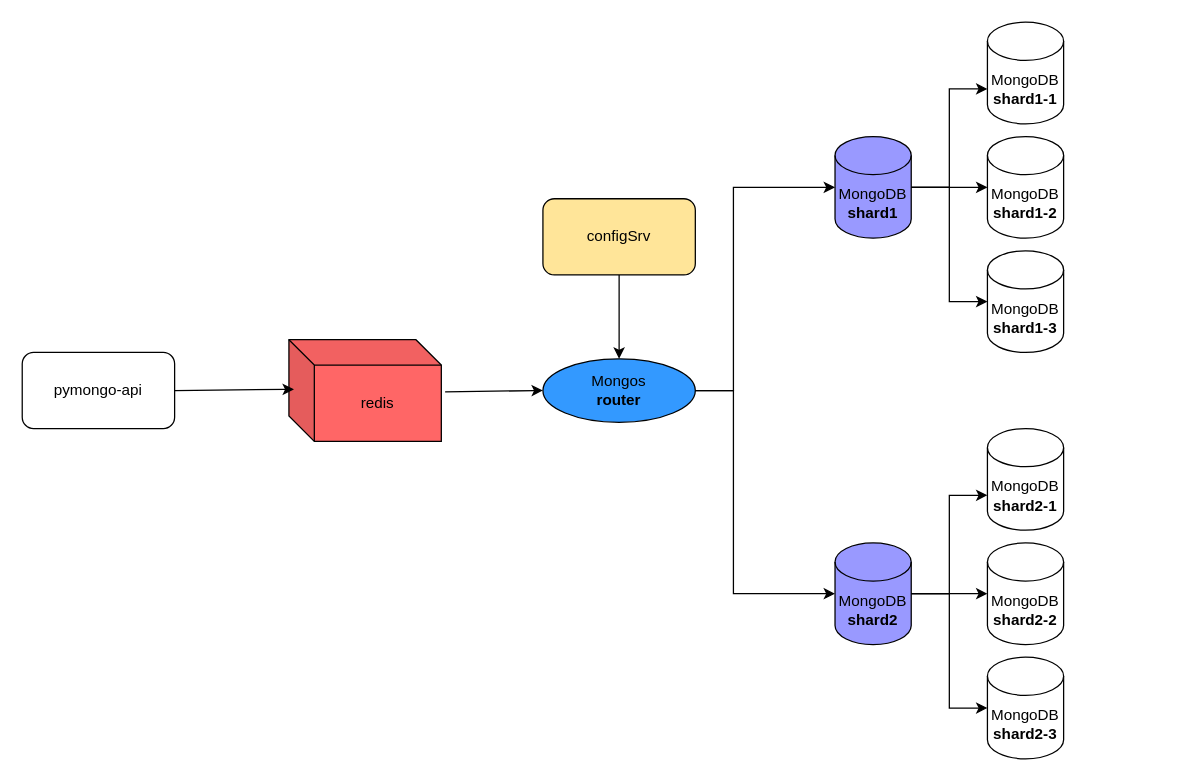
kihana/architecture-sprint-2 keeps this draw.io diagram as task1_3.drawio. Above is the earlier version. Source tidied: cells renumbered, new cells numbered last; positions are measured from the earlier drawing's top-left corner, leaving out a move shared by most shapes. Both pictures are drawn from the tidied source at 127%, with x=0, y=0 at pixel (22, 22).
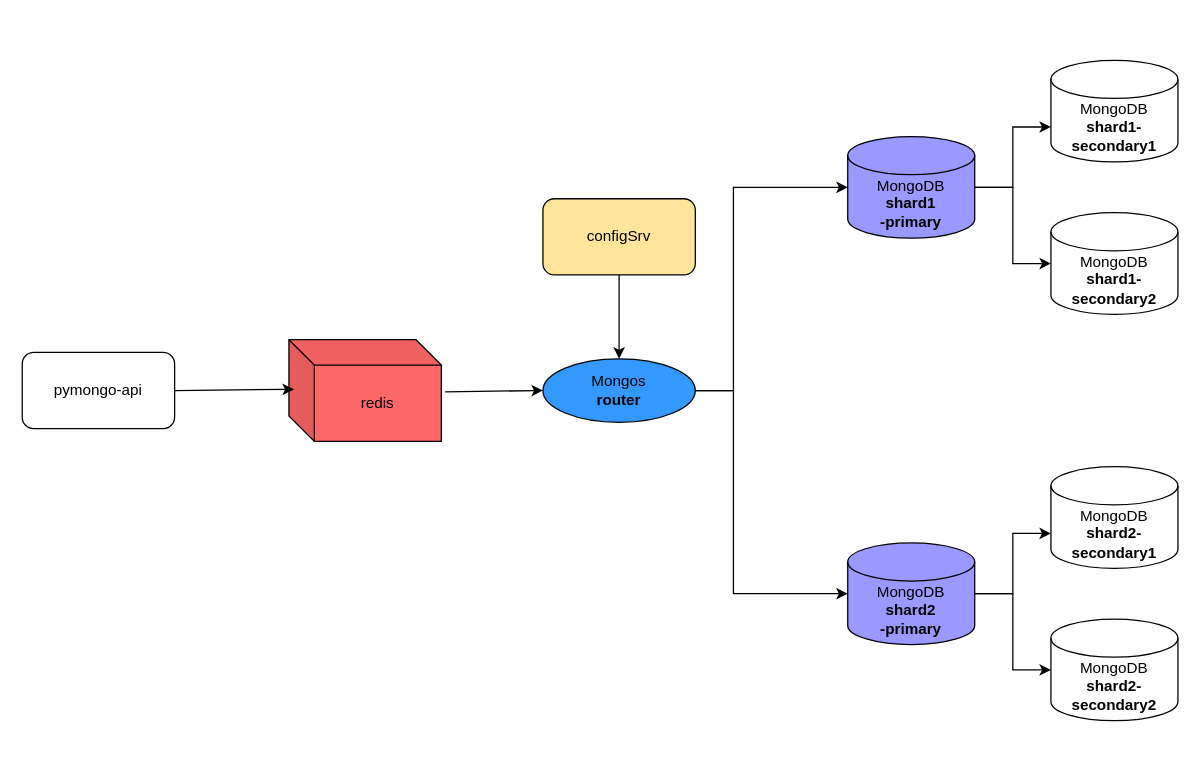
The same diagram, later.

Commit message:
Update scheme for task 1.3.

Unchanged cells that the change refers to:
```xml
<mxCell id="5" value="&lt;div&gt;Mongos&lt;/div&gt;&lt;div&gt;&lt;b&gt;router&lt;/b&gt;&lt;br&gt;&lt;/div&gt;" style="ellipse;whiteSpace=wrap;html=1;fillColor=#3399FF;" parent="1" vertex="1">
  <mxGeometry x="410" y="265" width="120" height="50" as="geometry" />
</mxCell>
```

The edit, as a diff of the source:
```diff
@@
-    <mxCell id="2" value="&lt;div&gt;MongoDB&lt;/div&gt;&lt;div&gt;&lt;b&gt;shard1&lt;/b&gt;&lt;br&gt;&lt;/div&gt;" style="shape=cylinder3;whiteSpace=wrap;html=1;boundedLbl=1;backgroundOutline=1;size=15;fillColor=#9999FF;" parent="1" vertex="1">
-      <mxGeometry x="640" y="90" width="60" height="80" as="geometry" />
-    </mxCell>
@@
-    <mxCell id="4" value="&lt;div&gt;MongoDB&lt;/div&gt;&lt;div&gt;&lt;b&gt;shard2&lt;/b&gt;&lt;br&gt;&lt;/div&gt;" style="shape=cylinder3;whiteSpace=wrap;html=1;boundedLbl=1;backgroundOutline=1;size=15;fillColor=#9999FF;" parent="1" vertex="1">
-      <mxGeometry x="640" y="410" width="60" height="80" as="geometry" />
-    </mxCell>
@@
-    <mxCell id="6" style="endArrow=classic;html=1;rounded=0;exitX=1;exitY=0.5;exitDx=0;exitDy=0;entryX=0;entryY=0.5;entryDx=0;entryDy=0;entryPerimeter=0;" parent="1" edge="1" source="5" target="2">
+    <mxCell id="6" style="endArrow=classic;html=1;rounded=0;exitX=1;exitY=0.5;exitDx=0;exitDy=0;entryX=0;entryY=0.5;entryDx=0;entryDy=0;entryPerimeter=0;" parent="1" edge="1" source="5" target="25">
       <mxGeometry relative="1" as="geometry">
         <Array as="points">
           <mxPoint x="560" y="290" />
           <mxPoint x="560" y="210" />
           <mxPoint x="560" y="130" />
         </Array>
       </mxGeometry>
     </mxCell>
-    <mxCell id="7" style="endArrow=classic;html=1;rounded=0;entryX=0;entryY=0.5;entryDx=0;entryDy=0;entryPerimeter=0;exitX=1;exitY=0.5;exitDx=0;exitDy=0;" parent="1" edge="1" source="5" target="4">
+    <mxCell id="7" style="endArrow=classic;html=1;rounded=0;entryX=0;entryY=0.5;entryDx=0;entryDy=0;entryPerimeter=0;exitX=1;exitY=0.5;exitDx=0;exitDy=0;" parent="1" edge="1" source="5" target="26">
       <mxGeometry relative="1" as="geometry">
         <Array as="points">
           <mxPoint x="560" y="290" />
           <mxPoint x="560" y="450" />
         </Array>
       </mxGeometry>
     </mxCell>
@@
-    <mxCell id="10" value="&lt;div&gt;MongoDB&lt;/div&gt;&lt;div&gt;&lt;b&gt;shard1-1&lt;/b&gt;&lt;/div&gt;" style="shape=cylinder3;whiteSpace=wrap;html=1;boundedLbl=1;backgroundOutline=1;size=15;" parent="1" vertex="1">
-      <mxGeometry x="760" width="60" height="80" as="geometry" />
-    </mxCell>
-    <mxCell id="11" value="&lt;div&gt;MongoDB&lt;/div&gt;&lt;div&gt;&lt;b&gt;shard1-2&lt;/b&gt;&lt;/div&gt;" style="shape=cylinder3;whiteSpace=wrap;html=1;boundedLbl=1;backgroundOutline=1;size=15;" parent="1" vertex="1">
-      <mxGeometry x="760" y="90" width="60" height="80" as="geometry" />
-    </mxCell>
-    <mxCell id="12" value="&lt;div&gt;MongoDB&lt;/div&gt;&lt;div&gt;&lt;b&gt;shard1-3&lt;/b&gt;&lt;/div&gt;" style="shape=cylinder3;whiteSpace=wrap;html=1;boundedLbl=1;backgroundOutline=1;size=15;" parent="1" vertex="1">
-      <mxGeometry x="760" y="180" width="60" height="80" as="geometry" />
-    </mxCell>
-    <mxCell id="13" value="&lt;div&gt;MongoDB&lt;/div&gt;&lt;div&gt;&lt;b&gt;shard2-2&lt;/b&gt;&lt;/div&gt;" style="shape=cylinder3;whiteSpace=wrap;html=1;boundedLbl=1;backgroundOutline=1;size=15;" parent="1" vertex="1">
-      <mxGeometry x="760" y="410" width="60" height="80" as="geometry" />
-    </mxCell>
-    <mxCell id="14" value="&lt;div&gt;MongoDB&lt;/div&gt;&lt;div&gt;&lt;b&gt;shard2-1&lt;br&gt;&lt;/b&gt;&lt;/div&gt;" style="shape=cylinder3;whiteSpace=wrap;html=1;boundedLbl=1;backgroundOutline=1;size=15;" parent="1" vertex="1">
-      <mxGeometry x="760" y="320" width="60" height="80" as="geometry" />
-    </mxCell>
-    <mxCell id="15" value="&lt;div&gt;MongoDB&lt;/div&gt;&lt;div&gt;&lt;b&gt;shard2-3&lt;/b&gt;&lt;/div&gt;" style="shape=cylinder3;whiteSpace=wrap;html=1;boundedLbl=1;backgroundOutline=1;size=15;" parent="1" vertex="1">
-      <mxGeometry x="760" y="500" width="60" height="80" as="geometry" />
-    </mxCell>
-    <mxCell id="16" style="edgeStyle=orthogonalEdgeStyle;rounded=0;jettySize=auto;html=1;exitX=1;exitY=0.5;exitDx=0;exitDy=0;exitPerimeter=0;entryX=0;entryY=0;entryDx=0;entryDy=52.5;entryPerimeter=0;" parent="1" edge="1" source="2" target="10">
-      <mxGeometry relative="1" as="geometry" />
-    </mxCell>
-    <mxCell id="17" style="edgeStyle=orthogonalEdgeStyle;rounded=0;jettySize=auto;html=1;exitX=1;exitY=0.5;exitDx=0;exitDy=0;exitPerimeter=0;entryX=0;entryY=0.5;entryDx=0;entryDy=0;entryPerimeter=0;" parent="1" edge="1" source="2" target="11">
-      <mxGeometry relative="1" as="geometry" />
-    </mxCell>
-    <mxCell id="18" style="edgeStyle=orthogonalEdgeStyle;rounded=0;jettySize=auto;html=1;exitX=1;exitY=0.5;exitDx=0;exitDy=0;exitPerimeter=0;entryX=0;entryY=0.5;entryDx=0;entryDy=0;entryPerimeter=0;" parent="1" edge="1" source="2" target="12">
-      <mxGeometry relative="1" as="geometry" />
-    </mxCell>
-    <mxCell id="19" style="edgeStyle=orthogonalEdgeStyle;rounded=0;jettySize=auto;html=1;exitX=1;exitY=0.5;exitDx=0;exitDy=0;exitPerimeter=0;entryX=0;entryY=0.5;entryDx=0;entryDy=0;entryPerimeter=0;" parent="1" edge="1" source="4" target="13">
-      <mxGeometry relative="1" as="geometry" />
-    </mxCell>
-    <mxCell id="20" style="edgeStyle=orthogonalEdgeStyle;rounded=0;jettySize=auto;html=1;exitX=1;exitY=0.5;exitDx=0;exitDy=0;exitPerimeter=0;entryX=0;entryY=0;entryDx=0;entryDy=52.5;entryPerimeter=0;" parent="1" edge="1" source="4" target="14">
-      <mxGeometry relative="1" as="geometry" />
-    </mxCell>
-    <mxCell id="21" style="edgeStyle=orthogonalEdgeStyle;rounded=0;jettySize=auto;html=1;exitX=1;exitY=0.5;exitDx=0;exitDy=0;exitPerimeter=0;entryX=0;entryY=0.5;entryDx=0;entryDy=0;entryPerimeter=0;" parent="1" edge="1" source="4" target="15">
-      <mxGeometry relative="1" as="geometry" />
-    </mxCell>
@@
+    <mxCell id="25" value="&lt;div&gt;MongoDB&lt;/div&gt;&lt;div&gt;&lt;b&gt;shard1&lt;br&gt;&lt;/b&gt;&lt;/div&gt;&lt;b&gt;-primary&lt;/b&gt;" style="shape=cylinder3;whiteSpace=wrap;html=1;boundedLbl=1;backgroundOutline=1;size=15;fillColor=#9999FF;" parent="1" vertex="1">
+      <mxGeometry x="650" y="90" width="100" height="80" as="geometry" />
+    </mxCell>
+    <mxCell id="26" value="&lt;div&gt;MongoDB&lt;/div&gt;&lt;div&gt;&lt;b&gt;shard2&lt;br&gt;&lt;/b&gt;&lt;/div&gt;&lt;b&gt;-primary&lt;/b&gt;" style="shape=cylinder3;whiteSpace=wrap;html=1;boundedLbl=1;backgroundOutline=1;size=15;fillColor=#9999FF;" parent="1" vertex="1">
+      <mxGeometry x="650" y="410" width="100" height="80" as="geometry" />
+    </mxCell>
+    <mxCell id="27" value="&lt;div&gt;MongoDB&lt;/div&gt;&lt;div&gt;&lt;b&gt;shard1-secondary1&lt;/b&gt;&lt;/div&gt;" style="shape=cylinder3;whiteSpace=wrap;html=1;boundedLbl=1;backgroundOutline=1;size=15;" parent="1" vertex="1">
+      <mxGeometry x="810" y="30" width="100" height="80" as="geometry" />
+    </mxCell>
+    <mxCell id="28" value="&lt;div&gt;MongoDB&lt;/div&gt;&lt;div&gt;&lt;b&gt;shard1-secondary2&lt;/b&gt;&lt;/div&gt;" style="shape=cylinder3;whiteSpace=wrap;html=1;boundedLbl=1;backgroundOutline=1;size=15;" parent="1" vertex="1">
+      <mxGeometry x="810" y="150" width="100" height="80" as="geometry" />
+    </mxCell>
+    <mxCell id="29" value="&lt;div&gt;MongoDB&lt;/div&gt;&lt;div&gt;&lt;b&gt;shard2-secondary2&lt;/b&gt;&lt;/div&gt;" style="shape=cylinder3;whiteSpace=wrap;html=1;boundedLbl=1;backgroundOutline=1;size=15;" parent="1" vertex="1">
+      <mxGeometry x="810" y="470" width="100" height="80" as="geometry" />
+    </mxCell>
+    <mxCell id="30" value="&lt;div&gt;MongoDB&lt;/div&gt;&lt;div&gt;&lt;b&gt;shard2-secondary1&lt;br&gt;&lt;/b&gt;&lt;/div&gt;" style="shape=cylinder3;whiteSpace=wrap;html=1;boundedLbl=1;backgroundOutline=1;size=15;" parent="1" vertex="1">
+      <mxGeometry x="810" y="350" width="100" height="80" as="geometry" />
+    </mxCell>
+    <mxCell id="31" style="edgeStyle=orthogonalEdgeStyle;rounded=0;jettySize=auto;html=1;exitX=1;exitY=0.5;exitDx=0;exitDy=0;exitPerimeter=0;entryX=0;entryY=0;entryDx=0;entryDy=52.5;entryPerimeter=0;" parent="1" edge="1" source="25" target="27">
+      <mxGeometry relative="1" as="geometry" />
+    </mxCell>
+    <mxCell id="32" style="edgeStyle=orthogonalEdgeStyle;rounded=0;jettySize=auto;html=1;exitX=1;exitY=0.5;exitDx=0;exitDy=0;exitPerimeter=0;entryX=0;entryY=0.5;entryDx=0;entryDy=0;entryPerimeter=0;" parent="1" edge="1" source="25" target="28">
+      <mxGeometry relative="1" as="geometry" />
+    </mxCell>
+    <mxCell id="33" style="edgeStyle=orthogonalEdgeStyle;rounded=0;jettySize=auto;html=1;exitX=1;exitY=0.5;exitDx=0;exitDy=0;exitPerimeter=0;entryX=0;entryY=0.5;entryDx=0;entryDy=0;entryPerimeter=0;" parent="1" edge="1" source="26" target="29">
+      <mxGeometry relative="1" as="geometry" />
+    </mxCell>
+    <mxCell id="34" style="edgeStyle=orthogonalEdgeStyle;rounded=0;jettySize=auto;html=1;exitX=1;exitY=0.5;exitDx=0;exitDy=0;exitPerimeter=0;entryX=0;entryY=0;entryDx=0;entryDy=52.5;entryPerimeter=0;" parent="1" edge="1" source="26" target="30">
+      <mxGeometry relative="1" as="geometry" />
+    </mxCell>
```
